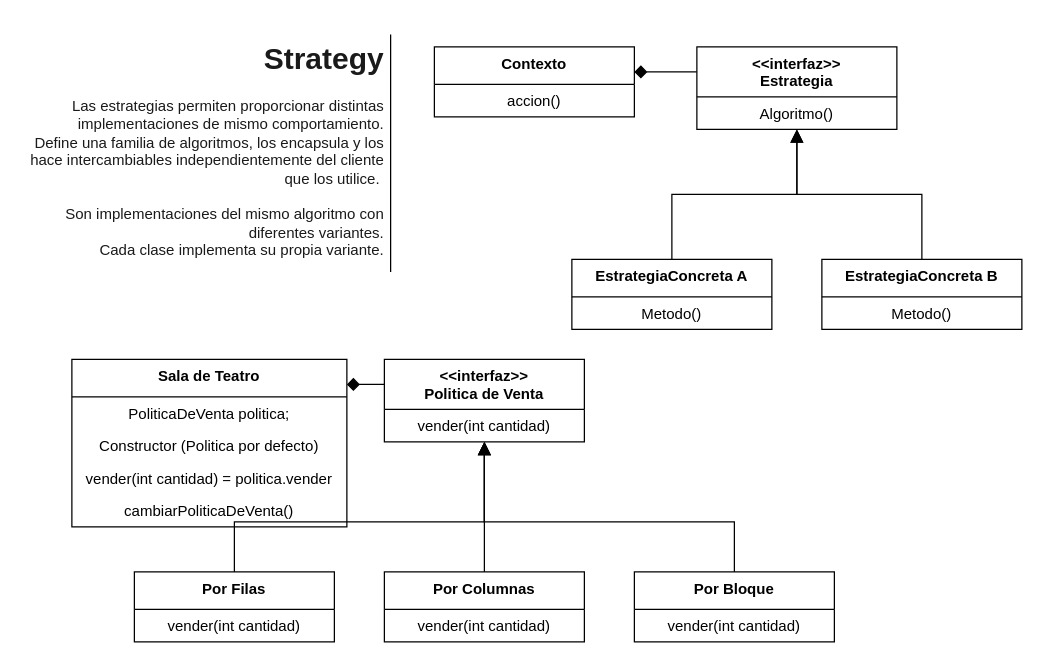
Before: page "2 Strategy" (3 of 5) of Patrones de Disenio.drawio in veroyols/I3007_patrones_de_disenio, a draw.io diagram. Source tidied: cells renumbered, new cells numbered last; positions are measured from the earlier drawing's top-left corner, leaving out a move shared by most shapes. Both pictures are drawn from the tidied source at 125%, with x=0, y=0 at pixel (21, 34).
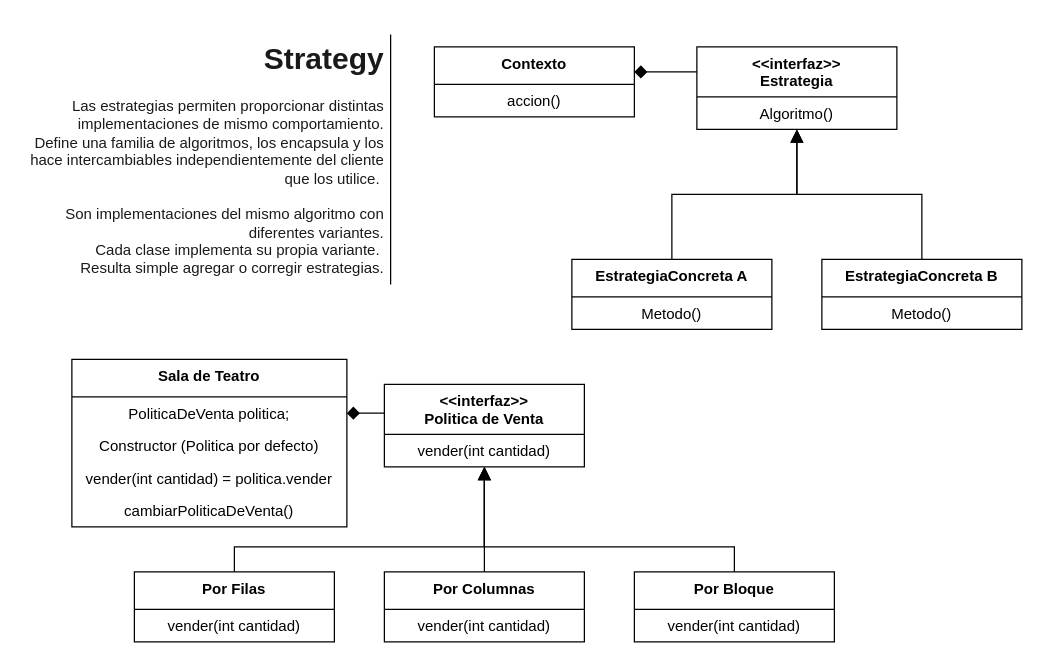
Above is the later version.

The change refers to these unchanged cells:
```xml
<mxCell id="20" value="Por Filas" style="swimlane;fontStyle=1;align=center;verticalAlign=top;horizontal=1;startSize=30;" parent="1" vertex="1">
  <mxGeometry x="90" y="430" width="160" height="56" as="geometry" />
</mxCell>
<mxCell id="23" value="Sala de Teatro" style="swimlane;fontStyle=1;align=center;verticalAlign=top;horizontal=1;startSize=30;" parent="1" vertex="1">
  <mxGeometry x="40" y="260" width="220" height="134" as="geometry" />
</mxCell>
<mxCell id="24" value="PoliticaDeVenta politica;" style="text;strokeColor=none;fillColor=none;align=center;verticalAlign=top;spacingLeft=4;spacingRight=4;overflow=hidden;points=[[0,0.5],[1,0.5]];portConstraint=eastwest;" parent="23" vertex="1">
  <mxGeometry y="30" width="220" height="26" as="geometry" />
</mxCell>
<mxCell id="29" value="Por Bloque" style="swimlane;fontStyle=1;align=center;verticalAlign=top;horizontal=1;startSize=30;" parent="1" vertex="1">
  <mxGeometry x="490" y="430" width="160" height="56" as="geometry" />
</mxCell>
```

The edit, as a diff of the source:
```diff
@@
-    <mxCell id="2" value="&lt;h1&gt;&lt;font color=&quot;#1a1a1a&quot;&gt;Strategy&lt;/font&gt;&lt;/h1&gt;&lt;div&gt;&lt;font color=&quot;#1a1a1a&quot;&gt;Las estrategias permiten proporcionar distintas implementaciones de mismo comportamiento.&lt;/font&gt;&lt;/div&gt;&lt;div&gt;&lt;font color=&quot;#1a1a1a&quot;&gt;Define una familia de algoritmos, los encapsula y los hace intercambiables independientemente del cliente que los utilice.&amp;nbsp;&lt;/font&gt;&lt;/div&gt;&lt;div&gt;&lt;font color=&quot;#1a1a1a&quot;&gt;&lt;br&gt;&lt;/font&gt;&lt;/div&gt;&lt;div&gt;&lt;font color=&quot;#1a1a1a&quot;&gt;Son implementaciones del mismo algoritmo con diferentes variantes.&lt;/font&gt;&lt;/div&gt;&lt;div&gt;&lt;font color=&quot;#1a1a1a&quot;&gt;Cada clase implementa su propia variante.&lt;/font&gt;&lt;/div&gt;&lt;p&gt;&lt;/p&gt;" style="text;html=1;strokeColor=none;fillColor=none;spacing=5;spacingTop=-20;whiteSpace=wrap;overflow=hidden;rounded=0;align=right;" parent="1" vertex="1">
-      <mxGeometry width="295" height="190" as="geometry" />
+    <mxCell id="2" value="&lt;h1&gt;&lt;font color=&quot;#1a1a1a&quot;&gt;Strategy&lt;/font&gt;&lt;/h1&gt;&lt;div&gt;&lt;font color=&quot;#1a1a1a&quot;&gt;Las estrategias permiten proporcionar distintas implementaciones de mismo comportamiento.&lt;/font&gt;&lt;/div&gt;&lt;div&gt;&lt;font color=&quot;#1a1a1a&quot;&gt;Define una familia de algoritmos, los encapsula y los hace intercambiables independientemente del cliente que los utilice.&amp;nbsp;&lt;/font&gt;&lt;/div&gt;&lt;div&gt;&lt;font color=&quot;#1a1a1a&quot;&gt;&lt;br&gt;&lt;/font&gt;&lt;/div&gt;&lt;div&gt;&lt;font color=&quot;#1a1a1a&quot;&gt;Son implementaciones del mismo algoritmo con diferentes variantes.&lt;/font&gt;&lt;/div&gt;&lt;div&gt;&lt;font color=&quot;#1a1a1a&quot;&gt;Cada clase implementa su propia variante.&amp;nbsp;&lt;/font&gt;&lt;/div&gt;&lt;div&gt;&lt;font color=&quot;#1a1a1a&quot;&gt;Resulta simple agregar o corregir estrategias.&lt;/font&gt;&lt;/div&gt;&lt;p&gt;&lt;/p&gt;" style="text;html=1;strokeColor=none;fillColor=none;spacing=5;spacingTop=-20;whiteSpace=wrap;overflow=hidden;rounded=0;align=right;" parent="1" vertex="1">
+      <mxGeometry width="295" height="200" as="geometry" />
     </mxCell>
@@
     <mxCell id="15" value="&lt;&lt;interfaz&gt;&gt;&#10;Politica de Venta" style="swimlane;fontStyle=1;align=center;verticalAlign=top;horizontal=1;startSize=40;" parent="1" vertex="1">
-      <mxGeometry x="290" y="260" width="160" height="66" as="geometry" />
+      <mxGeometry x="290" y="280" width="160" height="66" as="geometry" />
     </mxCell>
@@
     <mxCell id="22" style="endArrow=block;html=1;endFill=1;endSize=8;edgeStyle=orthogonalEdgeStyle;rounded=0;exitX=0.5;exitY=0;exitDx=0;exitDy=0;" parent="1" edge="1" source="20" target="15">
       <mxGeometry relative="1" as="geometry">
         <Array as="points">
-          <mxPoint x="170" y="390" />
-          <mxPoint x="370" y="390" />
+          <mxPoint x="170" y="410" />
+          <mxPoint x="370" y="410" />
         </Array>
       </mxGeometry>
     </mxCell>
@@
-    <mxCell id="28" style="endArrow=diamond;html=1;endFill=1;endSize=8;edgeStyle=orthogonalEdgeStyle;rounded=0;" parent="1" edge="1" source="15" target="23">
+    <mxCell id="28" style="endArrow=diamond;html=1;endFill=1;endSize=8;edgeStyle=orthogonalEdgeStyle;rounded=0;entryX=1;entryY=0.5;entryDx=0;entryDy=0;" parent="1" edge="1" source="15" target="24">
       <mxGeometry relative="1" as="geometry">
         <Array as="points">
-          <mxPoint x="280" y="280" />
-          <mxPoint x="280" y="280" />
+          <mxPoint x="280" y="303" />
+          <mxPoint x="280" y="303" />
         </Array>
       </mxGeometry>
     </mxCell>
@@
     <mxCell id="31" style="endArrow=block;html=1;endFill=1;endSize=8;edgeStyle=orthogonalEdgeStyle;rounded=0;" parent="1" edge="1" source="29" target="15">
       <mxGeometry relative="1" as="geometry">
         <Array as="points">
-          <mxPoint x="570" y="390" />
-          <mxPoint x="370" y="390" />
+          <mxPoint x="570" y="410" />
+          <mxPoint x="370" y="410" />
         </Array>
       </mxGeometry>
     </mxCell>
```
